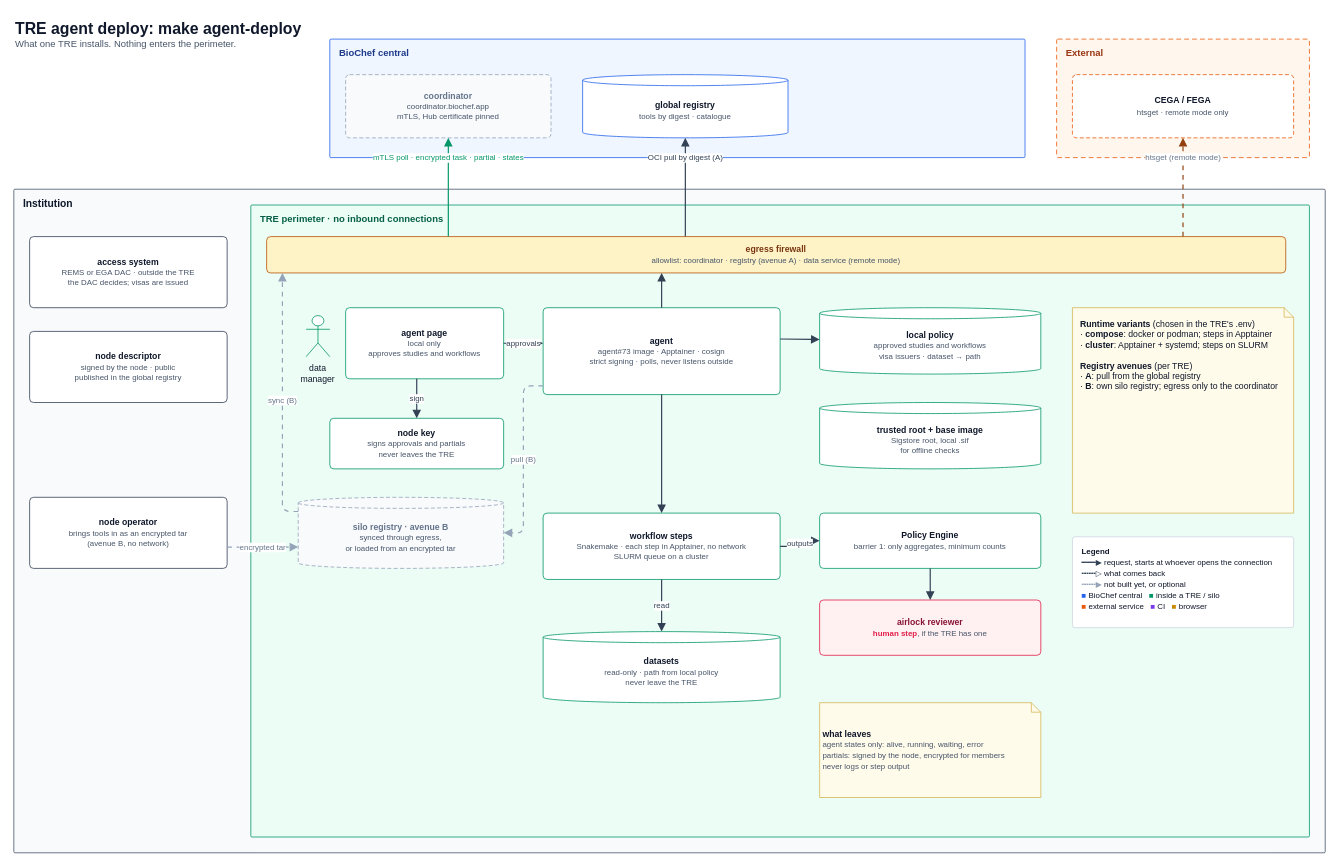
Earlier version of the draw.io diagram docs/diagrams/04-agent-deploy.drawio (ieeta-pt/biochef-infra). Source tidied: cells renumbered, new cells numbered last; positions are measured from the earlier drawing's top-left corner, leaving out a move shared by most shapes. Both pictures are drawn from the tidied source at 79%, with x=0, y=0 at pixel (13, 13).
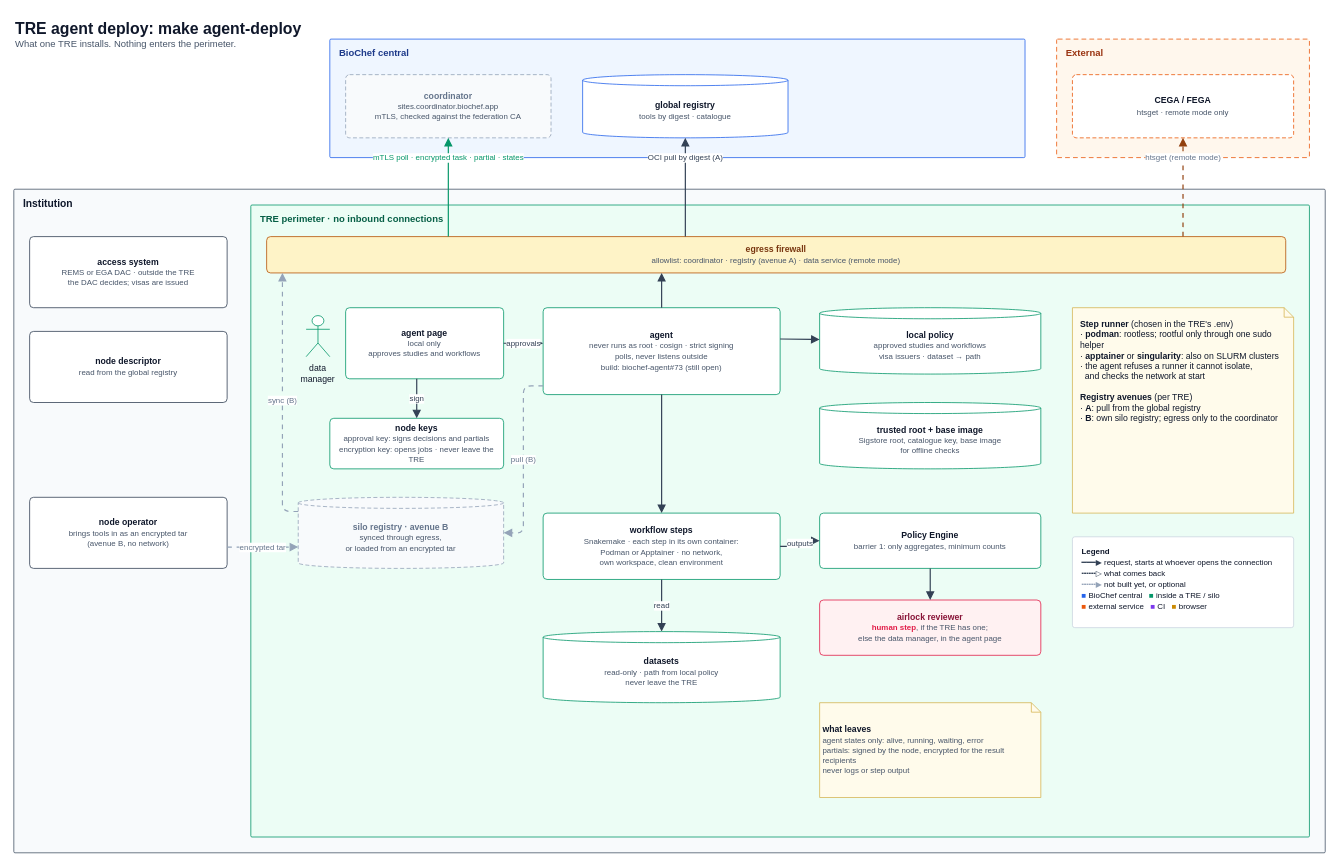
The same page after the edit.

Unchanged cells that the change refers to:
```xml
<mxCell id="3" value="BioChef central" style="rounded=1;arcSize=3;absoluteArcSize=1;html=1;whiteSpace=wrap;verticalAlign=top;align=left;spacingLeft=10;spacingTop=4;fontSize=12;fontStyle=1;fillColor=#eff6ff;strokeColor=#2563eb;fontColor=#1e3a8a;" parent="1" vertex="1">
  <mxGeometry x="400" y="32" width="880" height="150" as="geometry" />
</mxCell>
<mxCell id="8" value="Institution" style="rounded=1;arcSize=3;absoluteArcSize=1;html=1;whiteSpace=wrap;verticalAlign=top;align=left;spacingLeft=10;spacingTop=4;fontSize=13;fontStyle=1;fillColor=#f8fafc;strokeColor=#475569;fontColor=#0f172a;" parent="1" vertex="1">
  <mxGeometry y="222" width="1660" height="840" as="geometry" />
</mxCell>
<mxCell id="12" value="TRE perimeter · no inbound connections" style="rounded=1;arcSize=3;absoluteArcSize=1;html=1;whiteSpace=wrap;verticalAlign=top;align=left;spacingLeft=10;spacingTop=4;fontSize=12;fontStyle=1;fillColor=#ecfdf5;strokeColor=#059669;fontColor=#065f46;" parent="8" vertex="1">
  <mxGeometry x="300" y="20" width="1340" height="800" as="geometry" />
</mxCell>
```

What changed in the source:
```diff
@@
-    <mxCell id="4" value="&lt;b&gt;coordinator&lt;/b&gt;&lt;br&gt;&lt;font style=&quot;font-size:10px&quot; color=&quot;#475569&quot;&gt;coordinator.biochef.app&lt;/font&gt;&lt;br&gt;&lt;font style=&quot;font-size:10px&quot; color=&quot;#475569&quot;&gt;mTLS, Hub certificate pinned&lt;/font&gt;" style="html=1;whiteSpace=wrap;fontSize=11;fillColor=#f8fafc;strokeColor=#94a3b8;fontColor=#64748b;align=center;verticalAlign=middle;spacing=4;dashed=1;dashPattern=5 3;rounded=1;arcSize=10;absoluteArcSize=1;" parent="3" vertex="1">
+    <mxCell id="4" value="&lt;b&gt;coordinator&lt;/b&gt;&lt;br&gt;&lt;font style=&quot;font-size:10px&quot; color=&quot;#475569&quot;&gt;sites.coordinator.biochef.app&lt;/font&gt;&lt;br&gt;&lt;font style=&quot;font-size:10px&quot; color=&quot;#475569&quot;&gt;mTLS, checked against the federation CA&lt;/font&gt;" style="html=1;whiteSpace=wrap;fontSize=11;fillColor=#f8fafc;strokeColor=#94a3b8;fontColor=#64748b;align=center;verticalAlign=middle;spacing=4;dashed=1;dashPattern=5 3;rounded=1;arcSize=10;absoluteArcSize=1;" parent="3" vertex="1">
       <mxGeometry x="20" y="45" width="260" height="80" as="geometry" />
     </mxCell>
@@
-    <mxCell id="10" value="&lt;b&gt;node descriptor&lt;/b&gt;&lt;br&gt;&lt;font style=&quot;font-size:10px&quot; color=&quot;#475569&quot;&gt;signed by the node · public&lt;/font&gt;&lt;br&gt;&lt;font style=&quot;font-size:10px&quot; color=&quot;#475569&quot;&gt;published in the global registry&lt;/font&gt;" style="html=1;whiteSpace=wrap;fontSize=11;fillColor=#ffffff;strokeColor=#334155;fontColor=#0f172a;align=center;verticalAlign=middle;spacing=4;rounded=1;arcSize=10;absoluteArcSize=1;" parent="8" vertex="1">
+    <mxCell id="10" value="&lt;b&gt;node descriptor&lt;/b&gt;&lt;br&gt;&lt;font style=&quot;font-size:10px&quot; color=&quot;#475569&quot;&gt;read from the global registry&lt;/font&gt;" style="html=1;whiteSpace=wrap;fontSize=11;fillColor=#ffffff;strokeColor=#334155;fontColor=#0f172a;align=center;verticalAlign=middle;spacing=4;rounded=1;arcSize=10;absoluteArcSize=1;" parent="8" vertex="1">
       <mxGeometry x="20" y="180" width="250" height="90" as="geometry" />
     </mxCell>
@@
-    <mxCell id="16" value="&lt;b&gt;node key&lt;/b&gt;&lt;br&gt;&lt;font style=&quot;font-size:10px&quot; color=&quot;#475569&quot;&gt;signs approvals and partials&lt;/font&gt;&lt;br&gt;&lt;font style=&quot;font-size:10px&quot; color=&quot;#475569&quot;&gt;never leaves the TRE&lt;/font&gt;" style="html=1;whiteSpace=wrap;fontSize=11;fillColor=#ffffff;strokeColor=#059669;fontColor=#0f172a;align=center;verticalAlign=middle;spacing=4;rounded=1;arcSize=10;absoluteArcSize=1;" parent="12" vertex="1">
+    <mxCell id="16" value="&lt;b&gt;node keys&lt;/b&gt;&lt;br&gt;&lt;font style=&quot;font-size:10px&quot; color=&quot;#475569&quot;&gt;approval key: signs decisions and partials&lt;/font&gt;&lt;br&gt;&lt;font style=&quot;font-size:10px&quot; color=&quot;#475569&quot;&gt;encryption key: opens jobs · never leave the TRE&lt;/font&gt;" style="html=1;whiteSpace=wrap;fontSize=11;fillColor=#ffffff;strokeColor=#059669;fontColor=#0f172a;align=center;verticalAlign=middle;spacing=4;rounded=1;arcSize=10;absoluteArcSize=1;" parent="12" vertex="1">
       <mxGeometry x="100" y="270" width="220" height="64" as="geometry" />
     </mxCell>
@@
-    <mxCell id="18" value="&lt;b&gt;agent&lt;/b&gt;&lt;br&gt;&lt;font style=&quot;font-size:10px&quot; color=&quot;#475569&quot;&gt;agent#73 image · Apptainer · cosign&lt;/font&gt;&lt;br&gt;&lt;font style=&quot;font-size:10px&quot; color=&quot;#475569&quot;&gt;strict signing · polls, never listens outside&lt;/font&gt;" style="html=1;whiteSpace=wrap;fontSize=11;fillColor=#ffffff;strokeColor=#059669;fontColor=#0f172a;align=center;verticalAlign=middle;spacing=4;rounded=1;arcSize=10;absoluteArcSize=1;" parent="12" vertex="1">
+    <mxCell id="18" value="&lt;b&gt;agent&lt;/b&gt;&lt;br&gt;&lt;font style=&quot;font-size:10px&quot; color=&quot;#475569&quot;&gt;never runs as root · cosign · strict signing&lt;/font&gt;&lt;br&gt;&lt;font style=&quot;font-size:10px&quot; color=&quot;#475569&quot;&gt;polls, never listens outside&lt;/font&gt;&lt;br&gt;&lt;font style=&quot;font-size:10px&quot; color=&quot;#475569&quot;&gt;build: biochef-agent#73 (still open)&lt;/font&gt;" style="html=1;whiteSpace=wrap;fontSize=11;fillColor=#ffffff;strokeColor=#059669;fontColor=#0f172a;align=center;verticalAlign=middle;spacing=4;rounded=1;arcSize=10;absoluteArcSize=1;" parent="12" vertex="1">
       <mxGeometry x="370" y="130" width="300" height="110" as="geometry" />
     </mxCell>
-    <mxCell id="19" value="&lt;b&gt;workflow steps&lt;/b&gt;&lt;br&gt;&lt;font style=&quot;font-size:10px&quot; color=&quot;#475569&quot;&gt;Snakemake · each step in Apptainer, no network&lt;/font&gt;&lt;br&gt;&lt;font style=&quot;font-size:10px&quot; color=&quot;#475569&quot;&gt;SLURM queue on a cluster&lt;/font&gt;" style="html=1;whiteSpace=wrap;fontSize=11;fillColor=#ffffff;strokeColor=#059669;fontColor=#0f172a;align=center;verticalAlign=middle;spacing=4;rounded=1;arcSize=10;absoluteArcSize=1;" parent="12" vertex="1">
+    <mxCell id="19" value="&lt;b&gt;workflow steps&lt;/b&gt;&lt;br&gt;&lt;font style=&quot;font-size:10px&quot; color=&quot;#475569&quot;&gt;Snakemake · each step in its own container:&lt;/font&gt;&lt;br&gt;&lt;font style=&quot;font-size:10px&quot; color=&quot;#475569&quot;&gt;Podman or Apptainer · no network,&lt;/font&gt;&lt;br&gt;&lt;font style=&quot;font-size:10px&quot; color=&quot;#475569&quot;&gt;own workspace, clean environment&lt;/font&gt;" style="html=1;whiteSpace=wrap;fontSize=11;fillColor=#ffffff;strokeColor=#059669;fontColor=#0f172a;align=center;verticalAlign=middle;spacing=4;rounded=1;arcSize=10;absoluteArcSize=1;" parent="12" vertex="1">
       <mxGeometry x="370" y="390" width="300" height="84" as="geometry" />
     </mxCell>
@@
-    <mxCell id="22" value="&lt;b&gt;trusted root + base image&lt;/b&gt;&lt;br&gt;&lt;font style=&quot;font-size:10px&quot; color=&quot;#475569&quot;&gt;Sigstore root, local .sif&lt;/font&gt;&lt;br&gt;&lt;font style=&quot;font-size:10px&quot; color=&quot;#475569&quot;&gt;for offline checks&lt;/font&gt;" style="html=1;whiteSpace=wrap;fontSize=11;fillColor=#ffffff;strokeColor=#059669;fontColor=#0f172a;align=center;verticalAlign=middle;spacing=4;shape=cylinder3;boundedLbl=1;backgroundOutline=1;size=7;" parent="12" vertex="1">
+    <mxCell id="22" value="&lt;b&gt;trusted root + base image&lt;/b&gt;&lt;br&gt;&lt;font style=&quot;font-size:10px&quot; color=&quot;#475569&quot;&gt;Sigstore root, catalogue key, base image&lt;/font&gt;&lt;br&gt;&lt;font style=&quot;font-size:10px&quot; color=&quot;#475569&quot;&gt;for offline checks&lt;/font&gt;" style="html=1;whiteSpace=wrap;fontSize=11;fillColor=#ffffff;strokeColor=#059669;fontColor=#0f172a;align=center;verticalAlign=middle;spacing=4;shape=cylinder3;boundedLbl=1;backgroundOutline=1;size=7;" parent="12" vertex="1">
       <mxGeometry x="720" y="250" width="280" height="84" as="geometry" />
     </mxCell>
@@
-    <mxCell id="24" value="&lt;b&gt;airlock reviewer&lt;/b&gt;&lt;br&gt;&lt;font style=&quot;font-size:10px&quot; color=&quot;#475569&quot;&gt;&lt;font color='#e11d48'&gt;&lt;b&gt;human step&lt;/b&gt;&lt;/font&gt;, if the TRE has one&lt;/font&gt;" style="html=1;whiteSpace=wrap;fontSize=11;fillColor=#fff1f2;strokeColor=#e11d48;fontColor=#881337;align=center;verticalAlign=middle;spacing=4;rounded=1;arcSize=10;absoluteArcSize=1;" parent="12" vertex="1">
+    <mxCell id="24" value="&lt;b&gt;airlock reviewer&lt;/b&gt;&lt;br&gt;&lt;font style=&quot;font-size:10px&quot; color=&quot;#475569&quot;&gt;&lt;font color='#e11d48'&gt;&lt;b&gt;human step&lt;/b&gt;&lt;/font&gt;, if the TRE has one;&lt;/font&gt;&lt;br&gt;&lt;font style=&quot;font-size:10px&quot; color=&quot;#475569&quot;&gt;else the data manager, in the agent page&lt;/font&gt;" style="html=1;whiteSpace=wrap;fontSize=11;fillColor=#fff1f2;strokeColor=#e11d48;fontColor=#881337;align=center;verticalAlign=middle;spacing=4;rounded=1;arcSize=10;absoluteArcSize=1;" parent="12" vertex="1">
       <mxGeometry x="720" y="500" width="280" height="70" as="geometry" />
     </mxCell>
-    <mxCell id="25" value="&lt;b&gt;what leaves&lt;/b&gt;&lt;br&gt;&lt;font style=&quot;font-size:10px&quot; color=&quot;#475569&quot;&gt;agent states only: alive, running, waiting, error&lt;/font&gt;&lt;br&gt;&lt;font style=&quot;font-size:10px&quot; color=&quot;#475569&quot;&gt;partials: signed by the node, encrypted for members&lt;/font&gt;&lt;br&gt;&lt;font style=&quot;font-size:10px&quot; color=&quot;#475569&quot;&gt;never logs or step output&lt;/font&gt;" style="html=1;whiteSpace=wrap;fontSize=11;fillColor=#fffbeb;strokeColor=#d6b656;fontColor=#0f172a;align=left;verticalAlign=middle;spacing=4;shape=note;size=12;" parent="12" vertex="1">
+    <mxCell id="25" value="&lt;b&gt;what leaves&lt;/b&gt;&lt;br&gt;&lt;font style=&quot;font-size:10px&quot; color=&quot;#475569&quot;&gt;agent states only: alive, running, waiting, error&lt;/font&gt;&lt;br&gt;&lt;font style=&quot;font-size:10px&quot; color=&quot;#475569&quot;&gt;partials: signed by the node, encrypted for the result recipients&lt;/font&gt;&lt;br&gt;&lt;font style=&quot;font-size:10px&quot; color=&quot;#475569&quot;&gt;never logs or step output&lt;/font&gt;" style="html=1;whiteSpace=wrap;fontSize=11;fillColor=#fffbeb;strokeColor=#d6b656;fontColor=#0f172a;align=left;verticalAlign=middle;spacing=4;shape=note;size=12;" parent="12" vertex="1">
       <mxGeometry x="720" y="630" width="280" height="120" as="geometry" />
     </mxCell>
-    <mxCell id="26" value="&lt;b&gt;Runtime variants&lt;/b&gt; (chosen in the TRE's .env)&lt;div&gt;· &lt;b&gt;compose&lt;/b&gt;: docker or podman; steps in Apptainer&lt;/div&gt;&lt;div&gt;· &lt;b&gt;cluster&lt;/b&gt;: Apptainer + systemd; steps on SLURM&lt;/div&gt;&lt;br&gt;&lt;b&gt;Registry avenues&lt;/b&gt; (per TRE)&lt;div&gt;· &lt;b&gt;A&lt;/b&gt;: pull from the global registry&lt;/div&gt;&lt;div&gt;· &lt;b&gt;B&lt;/b&gt;: own silo registry; egress only to the coordinator&lt;/div&gt;" style="html=1;whiteSpace=wrap;fontSize=11;fillColor=#fffbeb;strokeColor=#d6b656;fontColor=#0f172a;align=left;verticalAlign=middle;spacing=4;shape=note;size=12;verticalAlign=top;spacingLeft=6;spacingTop=6;" parent="12" vertex="1">
+    <mxCell id="26" value="&lt;b&gt;Step runner&lt;/b&gt; (chosen in the TRE's .env)&lt;div&gt;· &lt;b&gt;podman&lt;/b&gt;: rootless; rootful only through one sudo helper&lt;/div&gt;&lt;div&gt;· &lt;b&gt;apptainer&lt;/b&gt; or &lt;b&gt;singularity&lt;/b&gt;: also on SLURM clusters&lt;/div&gt;&lt;div&gt;· the agent refuses a runner it cannot isolate,&lt;/div&gt;&lt;div&gt;&amp;nbsp;&amp;nbsp;and checks the network at start&lt;/div&gt;&lt;br&gt;&lt;b&gt;Registry avenues&lt;/b&gt; (per TRE)&lt;div&gt;· &lt;b&gt;A&lt;/b&gt;: pull from the global registry&lt;/div&gt;&lt;div&gt;· &lt;b&gt;B&lt;/b&gt;: own silo registry; egress only to the coordinator&lt;/div&gt;" style="html=1;whiteSpace=wrap;fontSize=11;fillColor=#fffbeb;strokeColor=#d6b656;fontColor=#0f172a;align=left;verticalAlign=middle;spacing=4;shape=note;size=12;verticalAlign=top;spacingLeft=6;spacingTop=6;" parent="12" vertex="1">
       <mxGeometry x="1040" y="130" width="280" height="260" as="geometry" />
     </mxCell>
```
